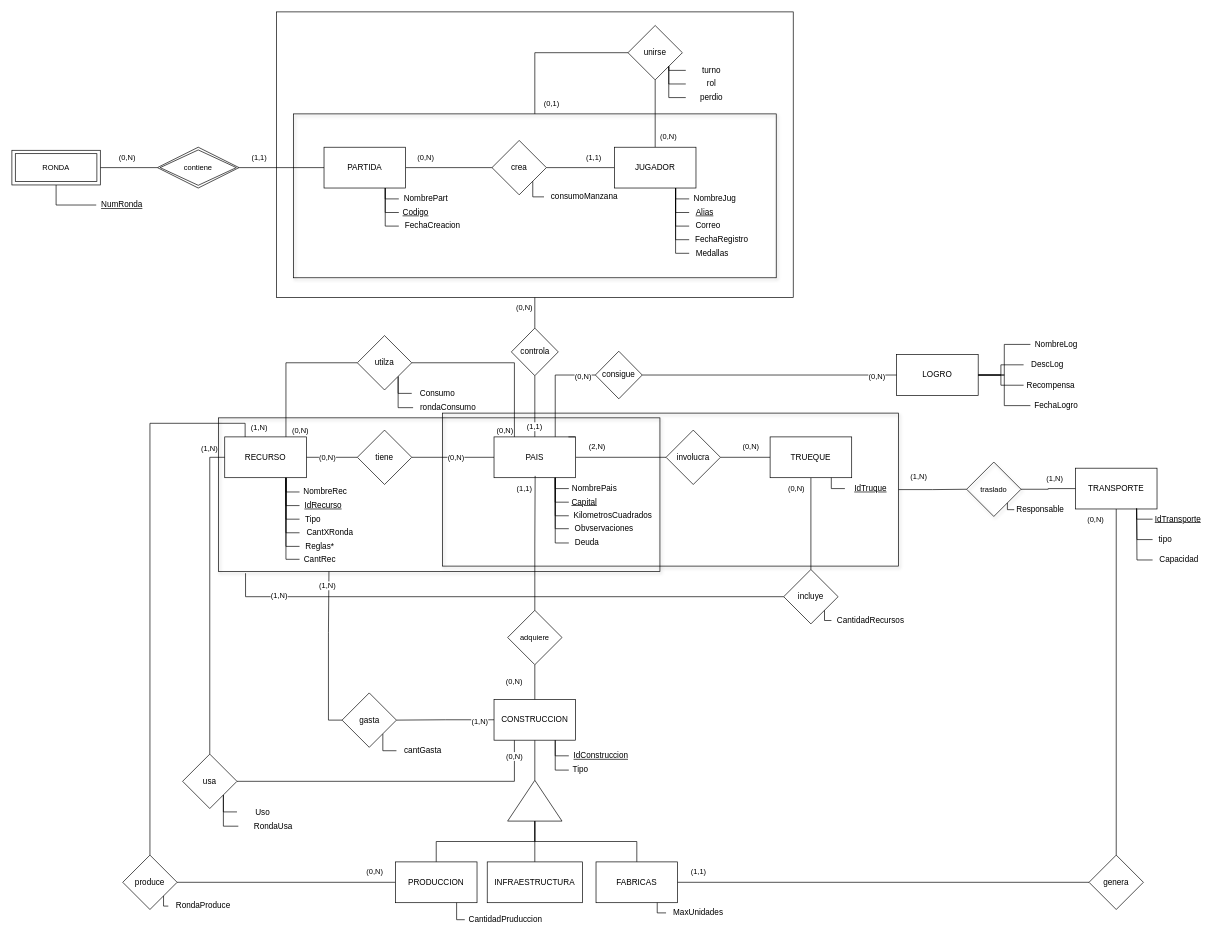
Earlier version of the draw.io diagram Obligatorio1/MER/Obl1MER .drawio (zequui/BaseDeDatos1_FacultadORT). Source tidied: cells renumbered, new cells numbered last; positions are measured from the earlier drawing's top-left corner, leaving out a move shared by most shapes. Both pictures are drawn from the tidied source at 68%, with x=0, y=0 at pixel (12, 12).
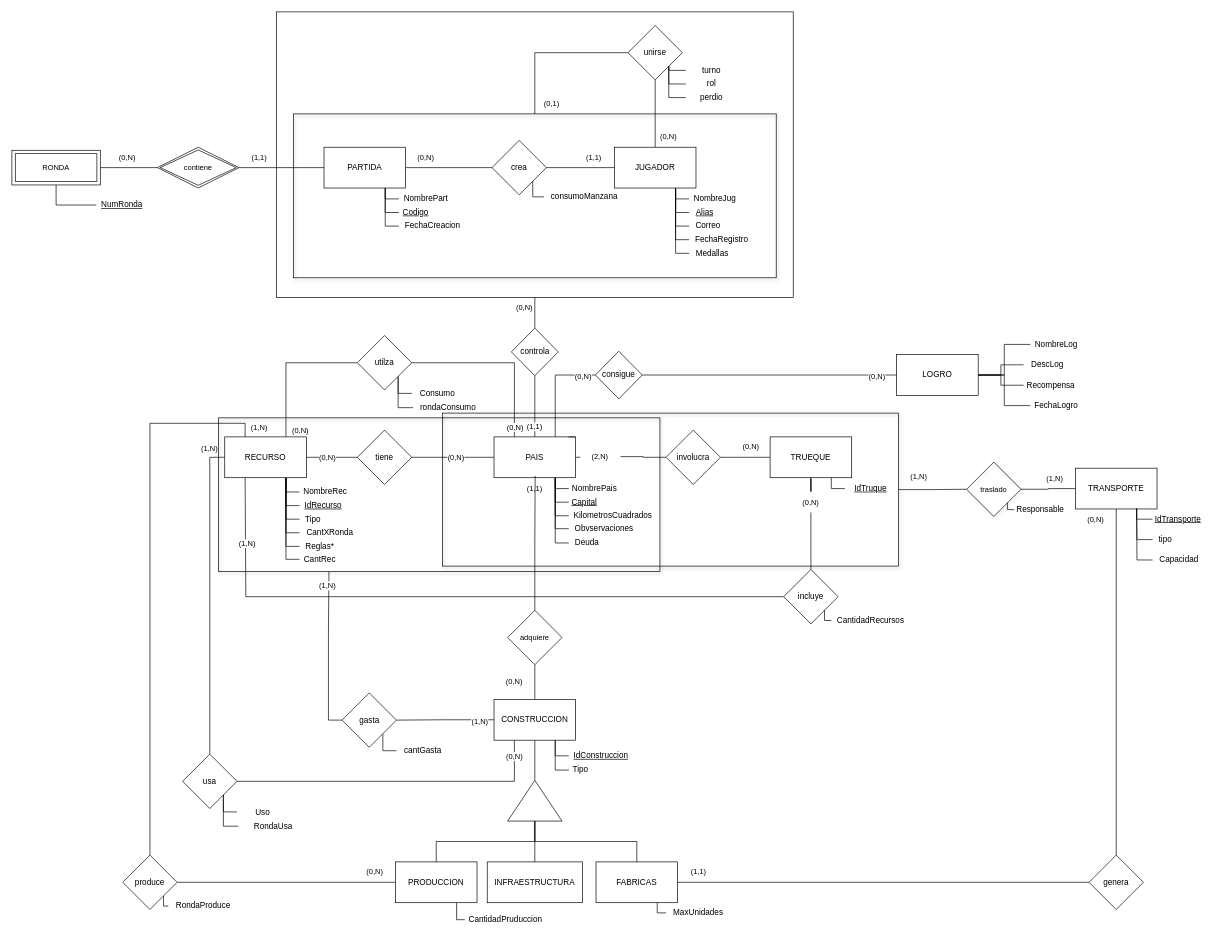
The same page after the edit.

Commit message:
docs(Obl1MER) se actualizo el MER

Unchanged cells that the change refers to:
```xml
<mxCell id="2" style="rounded=0;whiteSpace=wrap;html=1;fontFamily=Helvetica;fontSize=11;fontColor=default;labelBackgroundColor=default;fillColor=none;shadow=1;" parent="1" vertex="1">
  <mxGeometry x="304" y="597" width="649" height="226" as="geometry" />
</mxCell>
<mxCell id="36" value="PAIS" style="rounded=0;whiteSpace=wrap;html=1;" parent="1" vertex="1">
  <mxGeometry x="709" y="625" width="120" height="60" as="geometry" />
</mxCell>
<mxCell id="56" value="RECURSO" style="rounded=0;whiteSpace=wrap;html=1;" parent="1" vertex="1">
  <mxGeometry x="313" y="625" width="120" height="60" as="geometry" />
</mxCell>
<mxCell id="78" value="TRUEQUE" style="rounded=0;whiteSpace=wrap;html=1;" parent="1" vertex="1">
  <mxGeometry x="1115" y="625" width="120" height="60" as="geometry" />
</mxCell>
<mxCell id="81" value="involucra" style="rhombus;whiteSpace=wrap;html=1;rounded=0;" parent="1" vertex="1">
  <mxGeometry x="962" y="615" width="80" height="80" as="geometry" />
</mxCell>
<mxCell id="82" value="incluye" style="rhombus;whiteSpace=wrap;html=1;rounded=0;" parent="1" vertex="1">
  <mxGeometry x="1135" y="820" width="80" height="80" as="geometry" />
</mxCell>
```

What changed in the source:
```diff
@@
-    <mxCell id="32" style="edgeStyle=orthogonalEdgeStyle;shape=connector;rounded=0;jettySize=auto;html=1;exitX=1;exitY=0.5;exitDx=0;exitDy=0;entryX=0;entryY=0.5;entryDx=0;entryDy=0;strokeColor=default;align=center;verticalAlign=middle;fontFamily=Helvetica;fontSize=11;fontColor=default;labelBackgroundColor=default;endArrow=none;endFill=0;" parent="1" edge="1" source="36" target="81">
+    <mxCell id="32" style="edgeStyle=orthogonalEdgeStyle;shape=connector;rounded=0;jettySize=auto;html=1;exitX=1;exitY=0.5;exitDx=0;exitDy=0;entryX=0;entryY=0.5;entryDx=0;entryDy=0;strokeColor=default;align=center;verticalAlign=middle;fontFamily=Helvetica;fontSize=11;fontColor=default;labelBackgroundColor=default;endArrow=none;endFill=0;" parent="1" edge="1" source="86" target="81">
       <mxGeometry relative="1" as="geometry" />
     </mxCell>
@@
-    <mxCell id="77" style="edgeStyle=orthogonalEdgeStyle;shape=connector;rounded=0;jettySize=auto;html=1;strokeColor=default;align=center;verticalAlign=middle;fontFamily=Helvetica;fontSize=11;fontColor=default;labelBackgroundColor=default;endArrow=none;endFill=0;" parent="1" edge="1" source="78" target="82">
+    <mxCell id="77" style="edgeStyle=orthogonalEdgeStyle;shape=connector;rounded=0;jettySize=auto;html=1;strokeColor=default;align=center;verticalAlign=middle;fontFamily=Helvetica;fontSize=11;fontColor=default;labelBackgroundColor=default;endArrow=none;endFill=0;" parent="1" edge="1" source="88" target="82">
       <mxGeometry relative="1" as="geometry" />
     </mxCell>
@@
     <mxCell id="85" value="(1,1)" style="text;html=1;align=center;verticalAlign=middle;whiteSpace=wrap;rounded=0;fontFamily=Helvetica;fontSize=11;fontColor=default;labelBackgroundColor=default;" parent="1" vertex="1">
-      <mxGeometry x="724" y="686" width="60" height="30" as="geometry" />
+      <mxGeometry x="739" y="686" width="60" height="30" as="geometry" />
     </mxCell>
-    <mxCell id="86" value="(2,N)" style="text;html=1;align=center;verticalAlign=middle;whiteSpace=wrap;rounded=0;fontFamily=Helvetica;fontSize=11;fontColor=default;labelBackgroundColor=default;" parent="1" vertex="1">
-      <mxGeometry x="831" y="625" width="60" height="30" as="geometry" />
-    </mxCell>
@@
-    <mxCell id="88" value="(0,N)" style="text;html=1;align=center;verticalAlign=middle;whiteSpace=wrap;rounded=0;fontFamily=Helvetica;fontSize=11;fontColor=default;labelBackgroundColor=default;" parent="1" vertex="1">
-      <mxGeometry x="1124" y="686" width="60" height="30" as="geometry" />
-    </mxCell>
-    <mxCell id="89" style="edgeStyle=orthogonalEdgeStyle;shape=connector;rounded=0;jettySize=auto;html=1;exitX=0;exitY=0.5;exitDx=0;exitDy=0;entryX=0.061;entryY=1.011;entryDx=0;entryDy=0;strokeColor=default;align=center;verticalAlign=middle;fontFamily=Helvetica;fontSize=11;fontColor=default;labelBackgroundColor=default;endArrow=none;endFill=0;entryPerimeter=0;" parent="1" edge="1" source="82" target="2">
+    <mxCell id="89" style="edgeStyle=orthogonalEdgeStyle;shape=connector;rounded=0;jettySize=auto;html=1;exitX=0;exitY=0.5;exitDx=0;exitDy=0;entryX=0.25;entryY=1;entryDx=0;entryDy=0;strokeColor=default;align=center;verticalAlign=middle;fontFamily=Helvetica;fontSize=11;fontColor=default;labelBackgroundColor=default;endArrow=none;endFill=0;" parent="1" edge="1" source="82" target="56">
       <mxGeometry relative="1" as="geometry">
         <Array as="points">
           <mxPoint x="344" y="860" />
         </Array>
       </mxGeometry>
     </mxCell>
@@
     <mxCell id="168" value="(0,N)" style="edgeLabel;html=1;align=center;verticalAlign=middle;fontFamily=Helvetica;fontSize=11;fontColor=default;labelBackgroundColor=default;" parent="1" vertex="1">
-      <mxGeometry x="724" y="615" as="geometry" />
+      <mxGeometry x="739" y="610" as="geometry" />
     </mxCell>
@@
+    <mxCell id="188" style="edgeStyle=orthogonalEdgeStyle;shape=connector;rounded=0;jettySize=auto;html=1;strokeColor=default;align=center;verticalAlign=middle;fontFamily=Helvetica;fontSize=11;fontColor=default;labelBackgroundColor=default;endArrow=none;endFill=0;" parent="1" edge="1" source="78" target="88">
+      <mxGeometry relative="1" as="geometry" />
+    </mxCell>
+    <mxCell id="88" value="(0,N)" style="text;html=1;align=center;verticalAlign=middle;whiteSpace=wrap;rounded=0;fontFamily=Helvetica;fontSize=11;fontColor=default;labelBackgroundColor=default;" parent="1" vertex="1">
+      <mxGeometry x="1145" y="706" width="60" height="30" as="geometry" />
+    </mxCell>
+    <mxCell id="189" style="edgeStyle=orthogonalEdgeStyle;shape=connector;rounded=0;jettySize=auto;html=1;exitX=1;exitY=0.5;exitDx=0;exitDy=0;entryX=0;entryY=0.5;entryDx=0;entryDy=0;strokeColor=default;align=center;verticalAlign=middle;fontFamily=Helvetica;fontSize=11;fontColor=default;labelBackgroundColor=default;endArrow=none;endFill=0;" parent="1" edge="1" source="36" target="86">
+      <mxGeometry relative="1" as="geometry" />
+    </mxCell>
+    <mxCell id="86" value="(2,N)" style="text;html=1;align=center;verticalAlign=middle;whiteSpace=wrap;rounded=0;fontFamily=Helvetica;fontSize=11;fontColor=default;labelBackgroundColor=default;" parent="1" vertex="1">
+      <mxGeometry x="835" y="639" width="60" height="30" as="geometry" />
+    </mxCell>
```
